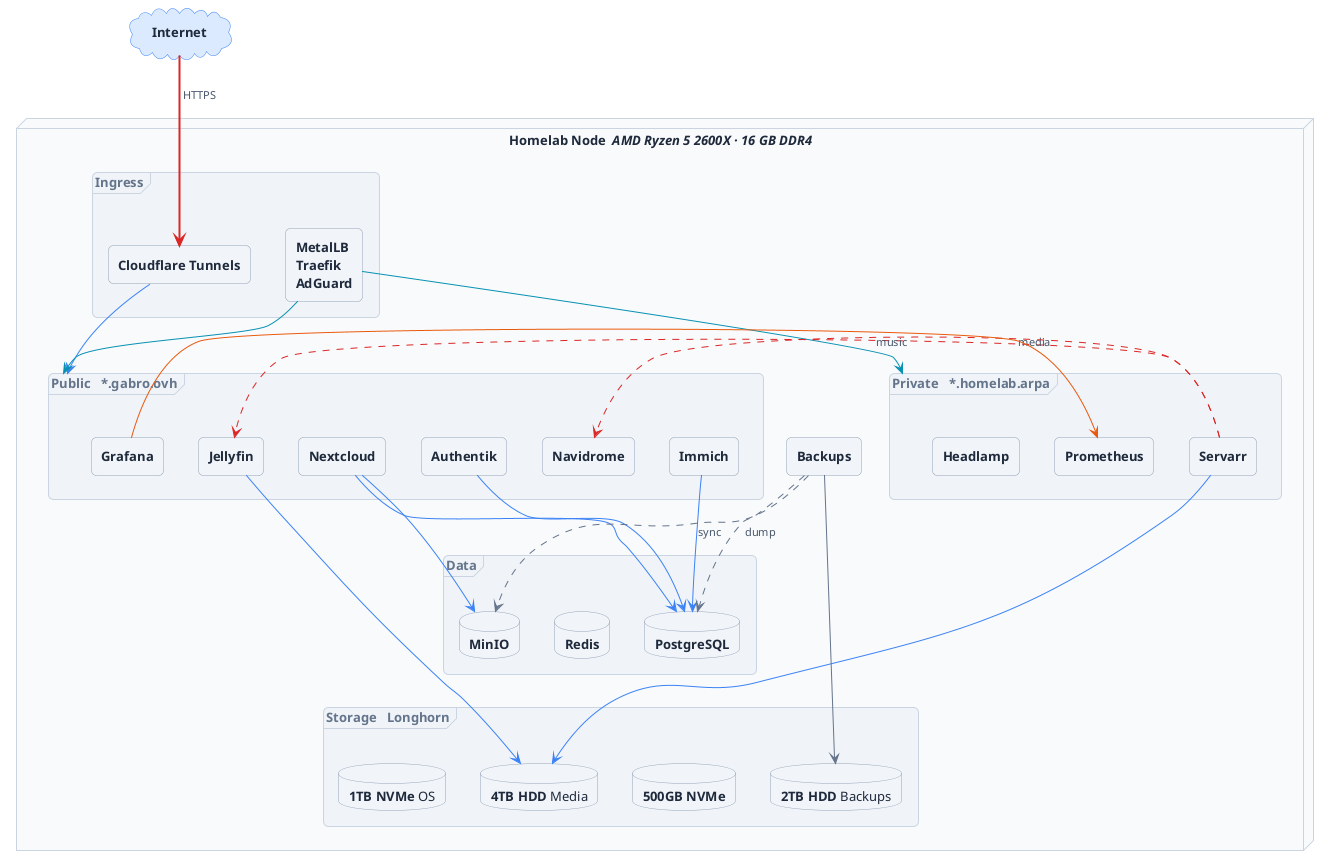
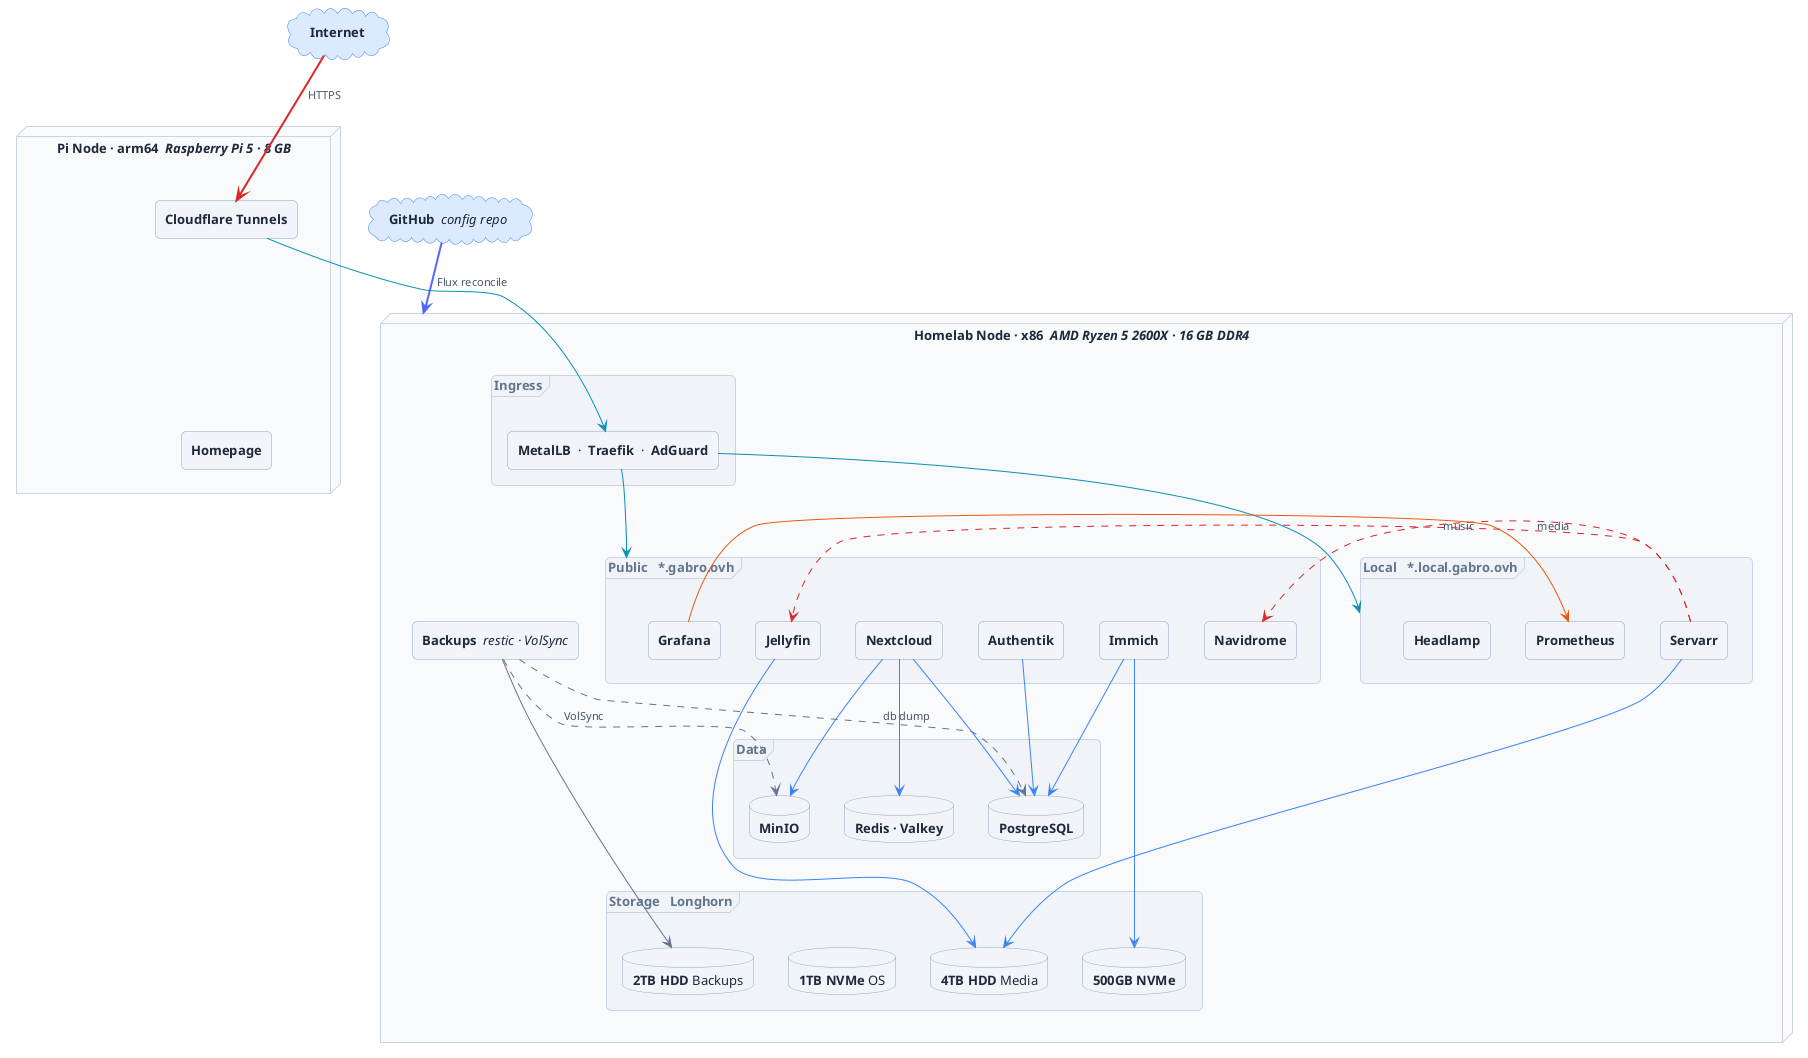
@startuml cluster-schema-light
+ 
skinparam backgroundColor #ffffff
skinparam defaultFontColor #1e293b
skinparam defaultFontName "Segoe UI"
skinparam defaultFontSize 13
skinparam shadowing false
skinparam roundCorner 10
+ 
skinparam rectangle {
  backgroundColor #f1f5f9
  borderColor #94a3b8
  fontColor #1e293b
}
skinparam database {
  backgroundColor #f1f5f9
  borderColor #94a3b8
  fontColor #1e293b
}
skinparam cloud {
  backgroundColor #dbeafe
  borderColor #3b82f6
  fontColor #1e293b
}
skinparam node {
  backgroundColor #f8fafc
  borderColor #cbd5e1
  fontColor #1e293b
}
skinparam frame {
  backgroundColor #f0f4f8
  borderColor #cbd5e1
  fontColor #64748b
}
skinparam arrow {
  color #64748b
  fontColor #475569
  fontSize 11
}
+ 
cloud "  **Internet**  " as inet
- node "  **Homelab Node**  //AMD Ryzen 5 2600X · 16 GB DDR4//  " {
+ cloud "  **GitHub**  //config repo//  " as gh
+ 
+ node "  **Pi Node** · arm64  //Raspberry Pi 5 · 8 GB//  " as pinode {
+   rectangle "**Cloudflare Tunnels**" as cf
+   rectangle "**Homepage**" as hp
+ }
+ 
+ node "  **Homelab Node** · x86  //AMD Ryzen 5 2600X · 16 GB DDR4//  " as x86 {
+ 
  frame "Ingress" {
-     rectangle "**Cloudflare Tunnels**" as cf
-     rectangle "**MetalLB** \n**Traefik**\n**AdGuard**" as netstack
+     rectangle "**MetalLB**  ·  **Traefik**  ·  **AdGuard**" as netstack
  }
+ 
  frame "Public   *.gabro.ovh" as pubframe {
    rectangle "**Jellyfin**" as jf
    rectangle "**Nextcloud**" as nc
    rectangle "**Immich**" as im
    rectangle "**Navidrome**" as nv
    rectangle "**Authentik**" as auth
    rectangle "**Grafana**" as graf
  }
-   frame "Private   *.homelab.arpa" as privframe {
+ 
+   frame "Local   *.local.gabro.ovh" as privframe {
    rectangle "**Servarr**" as sarr
    rectangle "**Prometheus**" as prom
    rectangle "**Headlamp**" as hl
  }
+ 
  frame "Data" {
    database "**PostgreSQL**" as pg
-     database "**Redis**" as rd
+     database "**Redis · Valkey**" as rd
    database "**MinIO**" as s3
  }
+ 
  frame "Storage   Longhorn" {
    database "**1TB NVMe** OS" as d1
    database "**500GB NVMe**" as d2
    database "**4TB HDD** Media" as d3
    database "**2TB HDD** Backups" as d4
  }
-   rectangle "**Backups**" as bkp
+ 
+   rectangle "**Backups**  //restic · VolSync//" as bkp
}
+ 
' ─── Ordering ───
- cf -[hidden]down-> jf
+ inet -[hidden]right-> gh
+ cf -[hidden]down-> hp
+ netstack -[hidden]down-> pubframe
nc -[hidden]down-> sarr
sarr -[hidden]down-> pg
pg -[hidden]down-> d1
+ pinode -[hidden]down-> x86
+ 
' ─── Connections ───
inet -[#dc2626,bold]down-> cf : " HTTPS"
- cf -[#3b82f6]down-> pubframe
+ gh -[#5468FF,bold]down-> x86 : " Flux reconcile"
+ cf -[#0891b2]down-> netstack
netstack -[#0891b2]down-> pubframe
netstack -[#0891b2]down-> privframe
+ 
sarr .[#dc2626].> jf : " media"
sarr .[#dc2626].> nv : " music"
graf -[#ea580c]-> prom
+ 
nc -[#3b82f6]down-> pg
+ nc -[#3b82f6]down-> rd
nc -[#3b82f6]down-> s3
im -[#3b82f6]down-> pg
+ im -[#3b82f6]down-> d2
auth -[#3b82f6]down-> pg
+ 
jf -[#3b82f6]down-> d3
sarr -[#3b82f6]down-> d3
bkp -[#64748b]-> d4
- bkp .[#64748b].> pg : " dump"
- bkp .[#64748b].> s3 : " sync"
+ bkp .[#64748b].> pg : " db dump"
+ bkp .[#64748b].> s3 : " VolSync"
+ 
@enduml
